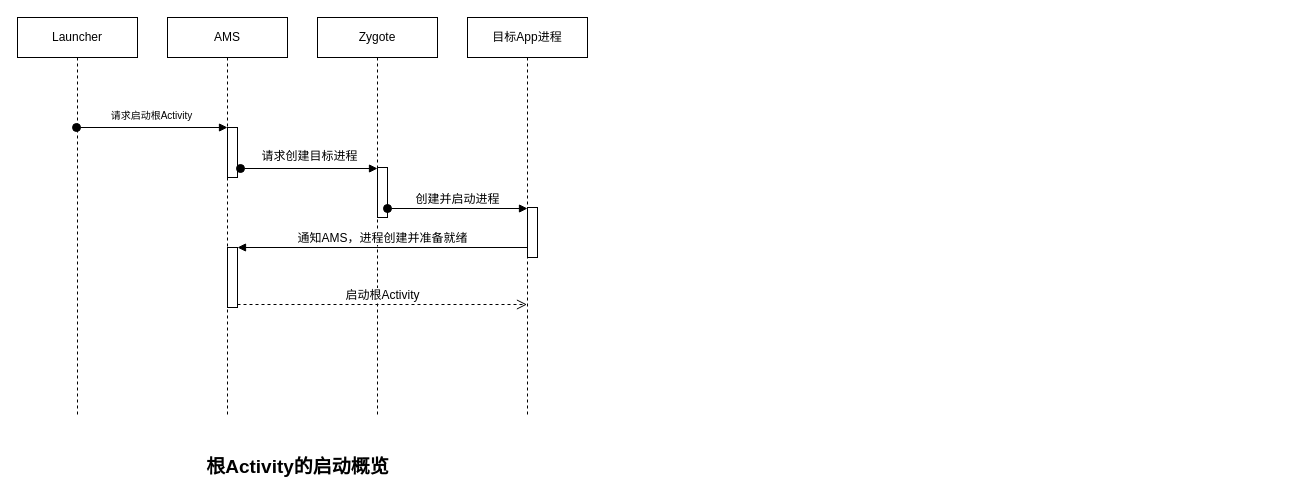
The draw.io diagram notes/design/四大组件的启动流程.drawio in yyht800/SiGuoYa, before the edit. Source tidied: cells renumbered, new cells numbered last; positions are measured from the earlier drawing's top-left corner, leaving out a move shared by most shapes. Both pictures are drawn from the tidied source at 100%, with x=0, y=0 at pixel (17, 17).
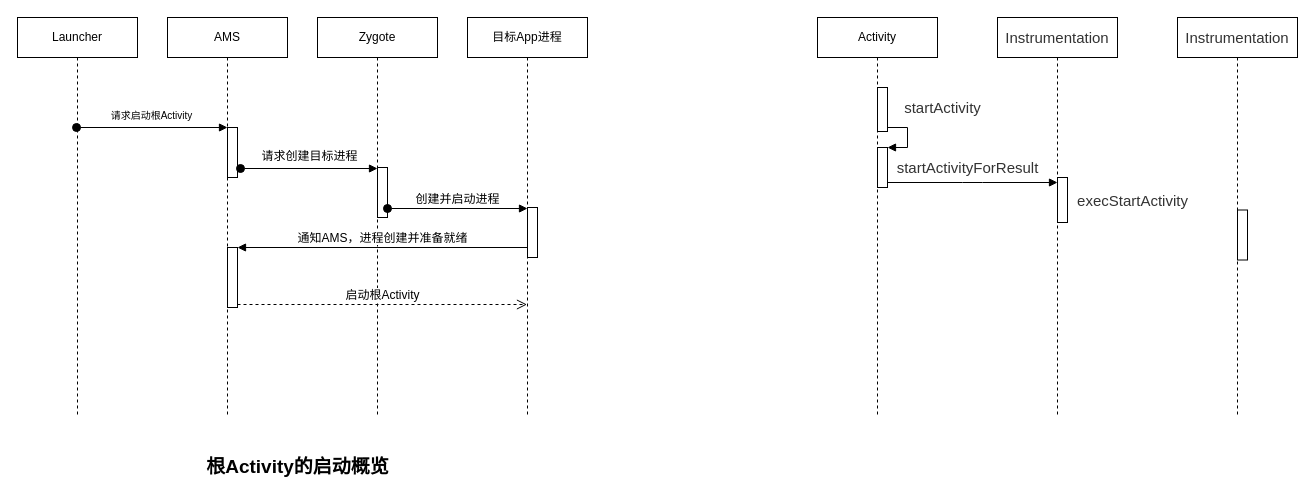
The same page after the edit.

Commit message:
更新四大组件的启动流程.drawio

Change to the diagram source:
```diff
@@
+    <mxCell id="16" value="Activity" style="shape=umlLifeline;perimeter=lifelinePerimeter;whiteSpace=wrap;html=1;rounded=0;sketch=0;" parent="1" vertex="1">
+      <mxGeometry x="800" width="120" height="400" as="geometry" />
+    </mxCell>
+    <mxCell id="17" value="&lt;span style=&quot;color: rgb(51 , 51 , 51) ; font-family: , , &amp;#34;segoe ui&amp;#34; , &amp;#34;roboto&amp;#34; , &amp;#34;ubuntu&amp;#34; , &amp;#34;cantarell&amp;#34; , &amp;#34;noto sans&amp;#34; , sans-serif , , &amp;#34;helvetica neue&amp;#34; , &amp;#34;pingfang sc&amp;#34; , &amp;#34;hiragino sans gb&amp;#34; , &amp;#34;microsoft yahei&amp;#34; , &amp;#34;arial&amp;#34; ; font-size: 15px ; background-color: rgb(255 , 255 , 255)&quot;&gt;Instrumentation&lt;/span&gt;" style="shape=umlLifeline;perimeter=lifelinePerimeter;whiteSpace=wrap;html=1;rounded=0;sketch=0;" parent="1" vertex="1">
+      <mxGeometry x="980" width="120" height="400" as="geometry" />
+    </mxCell>
+    <mxCell id="18" style="html=1;perimeter=orthogonalPerimeter;" parent="1" vertex="1">
+      <mxGeometry x="860" y="70" width="10" height="44" as="geometry" />
+    </mxCell>
+    <mxCell id="19" style="html=1;points=[];perimeter=orthogonalPerimeter;" parent="1" vertex="1">
+      <mxGeometry x="860" y="130" width="10" height="40" as="geometry" />
+    </mxCell>
+    <mxCell id="20" style="edgeStyle=orthogonalEdgeStyle;html=1;align=left;spacingLeft=2;endArrow=block;rounded=0;entryX=1;entryY=0;" parent="1" edge="1" target="19">
+      <mxGeometry relative="1" as="geometry">
+        <mxPoint x="870" y="110" as="sourcePoint" />
+        <Array as="points">
+          <mxPoint x="890" y="110" />
+        </Array>
+      </mxGeometry>
+    </mxCell>
+    <mxCell id="21" value="&lt;span style=&quot;color: rgb(51 , 51 , 51) ; font-family: , , &amp;#34;segoe ui&amp;#34; , &amp;#34;roboto&amp;#34; , &amp;#34;ubuntu&amp;#34; , &amp;#34;cantarell&amp;#34; , &amp;#34;noto sans&amp;#34; , sans-serif , , &amp;#34;helvetica neue&amp;#34; , &amp;#34;pingfang sc&amp;#34; , &amp;#34;hiragino sans gb&amp;#34; , &amp;#34;microsoft yahei&amp;#34; , &amp;#34;arial&amp;#34; ; font-size: 15px ; background-color: rgb(255 , 255 , 255)&quot;&gt;startActivityForResult&lt;/span&gt;" style="text;html=1;align=center;verticalAlign=middle;" parent="1" vertex="1">
+      <mxGeometry x="870" y="140" width="160" height="20" as="geometry" />
+    </mxCell>
+    <mxCell id="22" value="&lt;span style=&quot;color: rgb(51 , 51 , 51) ; font-family: , , &amp;#34;segoe ui&amp;#34; , &amp;#34;roboto&amp;#34; , &amp;#34;ubuntu&amp;#34; , &amp;#34;cantarell&amp;#34; , &amp;#34;noto sans&amp;#34; , sans-serif , , &amp;#34;helvetica neue&amp;#34; , &amp;#34;pingfang sc&amp;#34; , &amp;#34;hiragino sans gb&amp;#34; , &amp;#34;microsoft yahei&amp;#34; , &amp;#34;arial&amp;#34; ; font-size: 15px ; background-color: rgb(255 , 255 , 255)&quot;&gt;startActivity&lt;/span&gt;" style="text;html=1;align=center;verticalAlign=middle;" parent="1" vertex="1">
+      <mxGeometry x="880" y="80" width="90" height="20" as="geometry" />
+    </mxCell>
+    <mxCell id="23" style="html=1;perimeter=orthogonalPerimeter;" parent="1" vertex="1">
+      <mxGeometry x="1040" y="160" width="10" height="45" as="geometry" />
+    </mxCell>
+    <mxCell id="24" style="endArrow=block;endFill=1;html=1;edgeStyle=orthogonalEdgeStyle;align=left;verticalAlign=top;exitX=1;exitY=0.875;exitDx=0;exitDy=0;exitPerimeter=0;" parent="1" edge="1" source="19">
+      <mxGeometry x="-1" relative="1" as="geometry">
+        <mxPoint x="1040" y="165" as="targetPoint" />
+      </mxGeometry>
+    </mxCell>
+    <mxCell id="25" value="&lt;span style=&quot;color: rgb(51 , 51 , 51) ; font-family: , , &amp;#34;segoe ui&amp;#34; , &amp;#34;roboto&amp;#34; , &amp;#34;ubuntu&amp;#34; , &amp;#34;cantarell&amp;#34; , &amp;#34;noto sans&amp;#34; , sans-serif , , &amp;#34;helvetica neue&amp;#34; , &amp;#34;pingfang sc&amp;#34; , &amp;#34;hiragino sans gb&amp;#34; , &amp;#34;microsoft yahei&amp;#34; , &amp;#34;arial&amp;#34; ; font-size: 15px ; background-color: rgb(255 , 255 , 255)&quot;&gt;execStartActivity&lt;/span&gt;" style="text;html=1;align=center;verticalAlign=middle;" parent="1" vertex="1">
+      <mxGeometry x="1050" y="172.5" width="130" height="20" as="geometry" />
+    </mxCell>
+    <mxCell id="26" value="&lt;span style=&quot;color: rgb(51 , 51 , 51) ; font-family: , , &amp;#34;segoe ui&amp;#34; , &amp;#34;roboto&amp;#34; , &amp;#34;ubuntu&amp;#34; , &amp;#34;cantarell&amp;#34; , &amp;#34;noto sans&amp;#34; , sans-serif , , &amp;#34;helvetica neue&amp;#34; , &amp;#34;pingfang sc&amp;#34; , &amp;#34;hiragino sans gb&amp;#34; , &amp;#34;microsoft yahei&amp;#34; , &amp;#34;arial&amp;#34; ; font-size: 15px ; background-color: rgb(255 , 255 , 255)&quot;&gt;Instrumentation&lt;/span&gt;" style="shape=umlLifeline;perimeter=lifelinePerimeter;whiteSpace=wrap;html=1;rounded=0;sketch=0;" parent="1" vertex="1">
+      <mxGeometry x="1160" width="120" height="400" as="geometry" />
+    </mxCell>
+    <mxCell id="27" style="html=1;perimeter=orthogonalPerimeter;" parent="1" vertex="1">
+      <mxGeometry x="1220" y="192.5" width="10" height="50" as="geometry" />
+    </mxCell>
```
